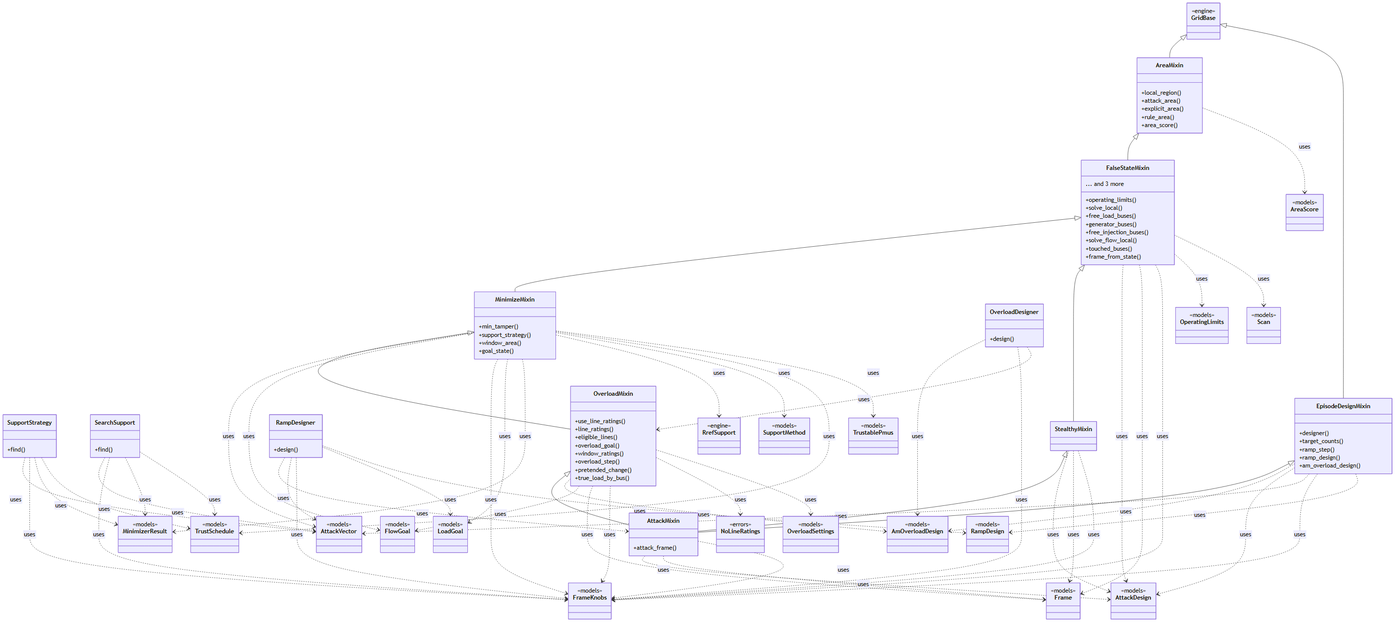
myersben9/fdia-graph keeps this Mermaid diagram as docs/figures/diagrams/classes_attacks.png. Above is the earlier version. Its source is kept beside it as docs/figures/diagrams/classes_attacks.mmd.
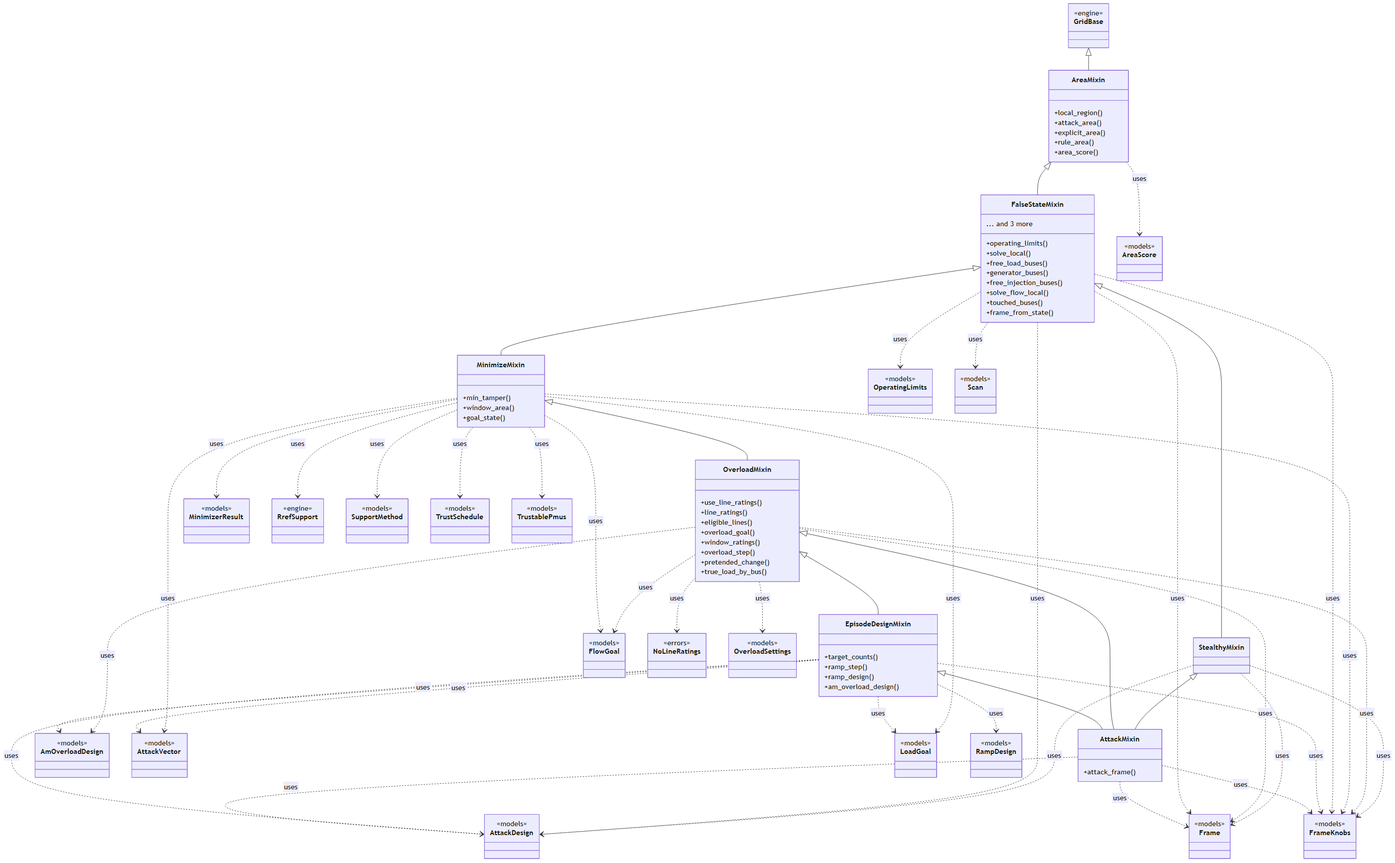
Later version of the same file.

Diff of the diagram source:
```diff
@@ -17,15 +17,8 @@
         +frame_from_state()
         ... and 3 more
     }
-    class SupportStrategy {
-        +find()
-    }
-    class SearchSupport {
-        +find()
-    }
     class MinimizeMixin {
         +min_tamper()
-        +support_strategy()
         +window_area()
         +goal_state()
     }
@@ -41,14 +34,7 @@
     }
     class StealthyMixin {
     }
-    class RampDesigner {
-        +design()
-    }
-    class OverloadDesigner {
-        +design()
-    }
     class EpisodeDesignMixin {
-        +designer()
         +target_counts()
         +ramp_step()
         +ramp_design()
@@ -119,9 +105,9 @@
     FalseStateMixin <|-- MinimizeMixin
     FalseStateMixin <|-- StealthyMixin
     GridBase <|-- AreaMixin
-    GridBase <|-- EpisodeDesignMixin
     MinimizeMixin <|-- OverloadMixin
     OverloadMixin <|-- AttackMixin
+    OverloadMixin <|-- EpisodeDesignMixin
     StealthyMixin <|-- AttackMixin
     AreaMixin ..> AreaScore : uses
     AttackMixin ..> AttackDesign : uses
@@ -131,6 +117,7 @@
     EpisodeDesignMixin ..> AttackDesign : uses
     EpisodeDesignMixin ..> AttackVector : uses
     EpisodeDesignMixin ..> FrameKnobs : uses
+    EpisodeDesignMixin ..> LoadGoal : uses
     EpisodeDesignMixin ..> RampDesign : uses
     FalseStateMixin ..> AttackDesign : uses
     FalseStateMixin ..> Frame : uses
@@ -146,28 +133,12 @@
     MinimizeMixin ..> SupportMethod : uses
     MinimizeMixin ..> TrustSchedule : uses
     MinimizeMixin ..> TrustablePmus : uses
-    OverloadDesigner ..> AmOverloadDesign : uses
-    OverloadDesigner ..> FrameKnobs : uses
-    OverloadDesigner ..> OverloadMixin : uses
     OverloadMixin ..> AmOverloadDesign : uses
     OverloadMixin ..> FlowGoal : uses
     OverloadMixin ..> Frame : uses
     OverloadMixin ..> FrameKnobs : uses
     OverloadMixin ..> NoLineRatings : uses
     OverloadMixin ..> OverloadSettings : uses
-    RampDesigner ..> AttackMixin : uses
-    RampDesigner ..> AttackVector : uses
-    RampDesigner ..> FrameKnobs : uses
-    RampDesigner ..> LoadGoal : uses
-    RampDesigner ..> RampDesign : uses
-    SearchSupport ..> AttackVector : uses
-    SearchSupport ..> FrameKnobs : uses
-    SearchSupport ..> MinimizerResult : uses
-    SearchSupport ..> TrustSchedule : uses
     StealthyMixin ..> AttackDesign : uses
     StealthyMixin ..> Frame : uses
     StealthyMixin ..> FrameKnobs : uses
-    SupportStrategy ..> AttackVector : uses
-    SupportStrategy ..> FrameKnobs : uses
-    SupportStrategy ..> MinimizerResult : uses
-    SupportStrategy ..> TrustSchedule : uses
```
